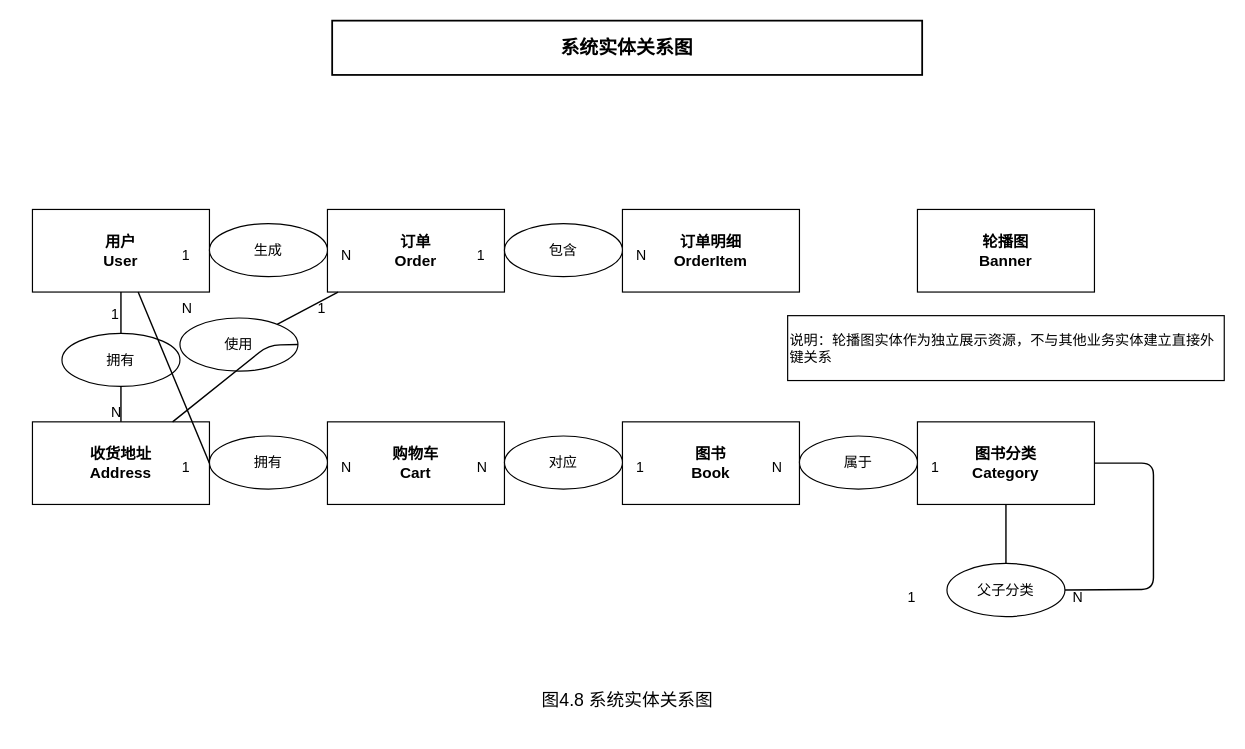
Earlier version of the draw.io diagram 图4.8系统实体关系图.drawio (wujiangcai/drawio). Source tidied: cells renumbered, new cells numbered last; positions are measured from the earlier drawing's top-left corner, leaving out a move shared by most shapes. Both pictures are drawn from the tidied source at 118%, with x=0, y=0 at pixel (32, 20).
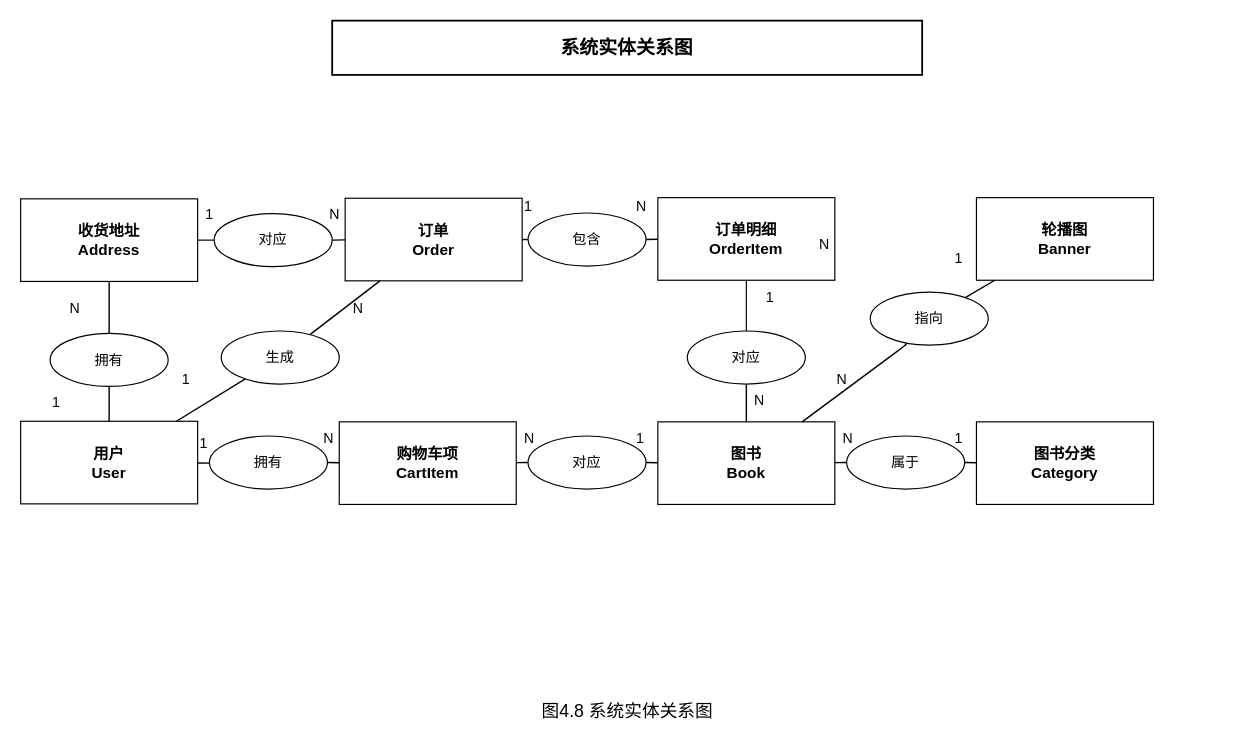
The same diagram, later.

Diff of the diagram source:
```diff
@@
     <mxCell id="3" value="用户&#10;User" style="shape=rectangle;whiteSpace=wrap;html=1;fillColor=#ffffff;strokeColor=#000000;fontSize=13;fontStyle=1;" parent="1" vertex="1">
-      <mxGeometry y="160" width="150" height="70" as="geometry" />
+      <mxGeometry x="-10" y="339.5" width="150" height="70" as="geometry" />
     </mxCell>
     <mxCell id="4" value="收货地址&#10;Address" style="shape=rectangle;whiteSpace=wrap;html=1;fillColor=#ffffff;strokeColor=#000000;fontSize=13;fontStyle=1;" parent="1" vertex="1">
-      <mxGeometry y="340" width="150" height="70" as="geometry" />
+      <mxGeometry x="-10" y="151" width="150" height="70" as="geometry" />
     </mxCell>
-    <mxCell id="5" value="购物车&#10;Cart" style="shape=rectangle;whiteSpace=wrap;html=1;fillColor=#ffffff;strokeColor=#000000;fontSize=13;fontStyle=1;" parent="1" vertex="1">
-      <mxGeometry x="250" y="340" width="150" height="70" as="geometry" />
-    </mxCell>
     <mxCell id="6" value="订单&#10;Order" style="shape=rectangle;whiteSpace=wrap;html=1;fillColor=#ffffff;strokeColor=#000000;fontSize=13;fontStyle=1;" parent="1" vertex="1">
-      <mxGeometry x="250" y="160" width="150" height="70" as="geometry" />
+      <mxGeometry x="265" y="150.5" width="150" height="70" as="geometry" />
     </mxCell>
+    <mxCell id="53" value="购物车项&#10;CartItem" style="shape=rectangle;whiteSpace=wrap;html=1;fillColor=#ffffff;strokeColor=#000000;fontSize=13;fontStyle=1;" parent="1" vertex="1">
+      <mxGeometry x="260" y="340" width="150" height="70" as="geometry" />
+    </mxCell>
     <mxCell id="7" value="订单明细&#10;OrderItem" style="shape=rectangle;whiteSpace=wrap;html=1;fillColor=#ffffff;strokeColor=#000000;fontSize=13;fontStyle=1;" parent="1" vertex="1">
-      <mxGeometry x="500" y="160" width="150" height="70" as="geometry" />
+      <mxGeometry x="530" y="150" width="150" height="70" as="geometry" />
     </mxCell>
     <mxCell id="8" value="图书&#10;Book" style="shape=rectangle;whiteSpace=wrap;html=1;fillColor=#ffffff;strokeColor=#000000;fontSize=13;fontStyle=1;" parent="1" vertex="1">
-      <mxGeometry x="500" y="340" width="150" height="70" as="geometry" />
+      <mxGeometry x="530" y="340" width="150" height="70" as="geometry" />
     </mxCell>
+    <mxCell id="10" value="轮播图&#10;Banner" style="shape=rectangle;whiteSpace=wrap;html=1;fillColor=#ffffff;strokeColor=#000000;fontSize=13;fontStyle=1;" parent="1" vertex="1">
+      <mxGeometry x="800" y="150" width="150" height="70" as="geometry" />
+    </mxCell>
     <mxCell id="9" value="图书分类&#10;Category" style="shape=rectangle;whiteSpace=wrap;html=1;fillColor=#ffffff;strokeColor=#000000;fontSize=13;fontStyle=1;" parent="1" vertex="1">
-      <mxGeometry x="750" y="340" width="150" height="70" as="geometry" />
+      <mxGeometry x="800" y="340" width="150" height="70" as="geometry" />
     </mxCell>
-    <mxCell id="10" value="轮播图&#10;Banner" style="shape=rectangle;whiteSpace=wrap;html=1;fillColor=#ffffff;strokeColor=#000000;fontSize=13;fontStyle=1;" parent="1" vertex="1">
-      <mxGeometry x="750" y="160" width="150" height="70" as="geometry" />
-    </mxCell>
     <mxCell id="11" value="拥有" style="ellipse;whiteSpace=wrap;html=1;fillColor=#ffffff;strokeColor=#000000;fontSize=12;" parent="1" vertex="1">
-      <mxGeometry x="25" y="265" width="100" height="45" as="geometry" />
+      <mxGeometry x="15" y="265" width="100" height="45" as="geometry" />
     </mxCell>
-    <mxCell id="12" value="拥有" style="ellipse;whiteSpace=wrap;html=1;fillColor=#ffffff;strokeColor=#000000;fontSize=12;" parent="1" vertex="1">
-      <mxGeometry x="150" y="352" width="100" height="45" as="geometry" />
+    <mxCell id="12" value="生成" style="ellipse;whiteSpace=wrap;html=1;fillColor=#ffffff;strokeColor=#000000;fontSize=12;" parent="1" vertex="1">
+      <mxGeometry x="160" y="263" width="100" height="45" as="geometry" />
     </mxCell>
-    <mxCell id="13" value="生成" style="ellipse;whiteSpace=wrap;html=1;fillColor=#ffffff;strokeColor=#000000;fontSize=12;" parent="1" vertex="1">
-      <mxGeometry x="150" y="172" width="100" height="45" as="geometry" />
+    <mxCell id="13" value="拥有" style="ellipse;whiteSpace=wrap;html=1;fillColor=#ffffff;strokeColor=#000000;fontSize=12;" parent="1" vertex="1">
+      <mxGeometry x="150" y="352" width="100" height="45" as="geometry" />
     </mxCell>
-    <mxCell id="14" value="包含" style="ellipse;whiteSpace=wrap;html=1;fillColor=#ffffff;strokeColor=#000000;fontSize=12;" parent="1" vertex="1">
-      <mxGeometry x="400" y="172" width="100" height="45" as="geometry" />
+    <mxCell id="14" value="对应" style="ellipse;whiteSpace=wrap;html=1;fillColor=#ffffff;strokeColor=#000000;fontSize=12;" parent="1" vertex="1">
+      <mxGeometry x="154" y="163.5" width="100" height="45" as="geometry" />
     </mxCell>
-    <mxCell id="15" value="对应" style="ellipse;whiteSpace=wrap;html=1;fillColor=#ffffff;strokeColor=#000000;fontSize=12;" parent="1" vertex="1">
-      <mxGeometry x="400" y="352" width="100" height="45" as="geometry" />
+    <mxCell id="15" value="包含" style="ellipse;whiteSpace=wrap;html=1;fillColor=#ffffff;strokeColor=#000000;fontSize=12;" parent="1" vertex="1">
+      <mxGeometry x="420" y="163" width="100" height="45" as="geometry" />
     </mxCell>
-    <mxCell id="16" value="属于" style="ellipse;whiteSpace=wrap;html=1;fillColor=#ffffff;strokeColor=#000000;fontSize=12;" parent="1" vertex="1">
-      <mxGeometry x="650" y="352" width="100" height="45" as="geometry" />
+    <mxCell id="16" value="对应" style="ellipse;whiteSpace=wrap;html=1;fillColor=#ffffff;strokeColor=#000000;fontSize=12;" parent="1" vertex="1">
+      <mxGeometry x="555" y="263" width="100" height="45" as="geometry" />
     </mxCell>
-    <mxCell id="17" value="使用" style="ellipse;whiteSpace=wrap;html=1;fillColor=#ffffff;strokeColor=#000000;fontSize=12;" parent="1" vertex="1">
-      <mxGeometry x="125" y="252" width="100" height="45" as="geometry" />
+    <mxCell id="17" value="对应" style="ellipse;whiteSpace=wrap;html=1;fillColor=#ffffff;strokeColor=#000000;fontSize=12;" parent="1" vertex="1">
+      <mxGeometry x="420" y="352" width="100" height="45" as="geometry" />
     </mxCell>
-    <mxCell id="18" value="父子分类" style="ellipse;whiteSpace=wrap;html=1;fillColor=#ffffff;strokeColor=#000000;fontSize=12;" parent="1" vertex="1">
-      <mxGeometry x="775" y="460" width="100" height="45" as="geometry" />
+    <mxCell id="18" value="属于" style="ellipse;whiteSpace=wrap;html=1;fillColor=#ffffff;strokeColor=#000000;fontSize=12;" parent="1" vertex="1">
+      <mxGeometry x="690" y="352" width="100" height="45" as="geometry" />
     </mxCell>
+    <mxCell id="54" value="指向" style="ellipse;whiteSpace=wrap;html=1;fillColor=#ffffff;strokeColor=#000000;fontSize=12;" parent="1" vertex="1">
+      <mxGeometry x="710" y="230" width="100" height="45" as="geometry" />
+    </mxCell>
     <mxCell id="19" value="1" style="text;html=1;strokeColor=none;fillColor=none;fontSize=12;" parent="1" vertex="1">
-      <mxGeometry x="65" y="235" width="20" height="20" as="geometry" />
+      <mxGeometry x="15" y="310" width="20" height="20" as="geometry" />
     </mxCell>
     <mxCell id="20" value="N" style="text;html=1;strokeColor=none;fillColor=none;fontSize=12;" parent="1" vertex="1">
-      <mxGeometry x="65" y="318" width="20" height="20" as="geometry" />
+      <mxGeometry x="30" y="230" width="20" height="20" as="geometry" />
     </mxCell>
     <mxCell id="21" value="1" style="text;html=1;strokeColor=none;fillColor=none;fontSize=12;" parent="1" vertex="1">
-      <mxGeometry x="125" y="365" width="20" height="20" as="geometry" />
+      <mxGeometry x="145" y="151" width="20" height="20" as="geometry" />
     </mxCell>
     <mxCell id="22" value="N" style="text;html=1;strokeColor=none;fillColor=none;fontSize=12;" parent="1" vertex="1">
-      <mxGeometry x="260" y="365" width="20" height="20" as="geometry" />
+      <mxGeometry x="250" y="151" width="20" height="20" as="geometry" />
     </mxCell>
     <mxCell id="23" value="1" style="text;html=1;strokeColor=none;fillColor=none;fontSize=12;" parent="1" vertex="1">
-      <mxGeometry x="125" y="185" width="20" height="20" as="geometry" />
+      <mxGeometry x="140" y="345" width="20" height="20" as="geometry" />
     </mxCell>
     <mxCell id="24" value="N" style="text;html=1;strokeColor=none;fillColor=none;fontSize=12;" parent="1" vertex="1">
-      <mxGeometry x="260" y="185" width="20" height="20" as="geometry" />
+      <mxGeometry x="245" y="339.5" width="20" height="20" as="geometry" />
     </mxCell>
     <mxCell id="25" value="1" style="text;html=1;strokeColor=none;fillColor=none;fontSize=12;" parent="1" vertex="1">
-      <mxGeometry x="375" y="185" width="20" height="20" as="geometry" />
+      <mxGeometry x="125" y="290" width="20" height="20" as="geometry" />
     </mxCell>
     <mxCell id="26" value="N" style="text;html=1;strokeColor=none;fillColor=none;fontSize=12;" parent="1" vertex="1">
-      <mxGeometry x="510" y="185" width="20" height="20" as="geometry" />
+      <mxGeometry x="270" y="230" width="20" height="20" as="geometry" />
     </mxCell>
-    <mxCell id="27" value="N" style="text;html=1;strokeColor=none;fillColor=none;fontSize=12;" parent="1" vertex="1">
-      <mxGeometry x="375" y="365" width="20" height="20" as="geometry" />
+    <mxCell id="27" value="1" style="text;html=1;strokeColor=none;fillColor=none;fontSize=12;" parent="1" vertex="1">
+      <mxGeometry x="415" y="143.5" width="20" height="20" as="geometry" />
     </mxCell>
-    <mxCell id="28" value="1" style="text;html=1;strokeColor=none;fillColor=none;fontSize=12;" parent="1" vertex="1">
-      <mxGeometry x="510" y="365" width="20" height="20" as="geometry" />
+    <mxCell id="28" value="N" style="text;html=1;strokeColor=none;fillColor=none;fontSize=12;" parent="1" vertex="1">
+      <mxGeometry x="510" y="143.5" width="20" height="20" as="geometry" />
     </mxCell>
     <mxCell id="29" value="N" style="text;html=1;strokeColor=none;fillColor=none;fontSize=12;" parent="1" vertex="1">
-      <mxGeometry x="625" y="365" width="20" height="20" as="geometry" />
+      <mxGeometry x="610" y="308" width="20" height="20" as="geometry" />
     </mxCell>
     <mxCell id="30" value="1" style="text;html=1;strokeColor=none;fillColor=none;fontSize=12;" parent="1" vertex="1">
-      <mxGeometry x="760" y="365" width="20" height="20" as="geometry" />
+      <mxGeometry x="620" y="221" width="20" height="20" as="geometry" />
     </mxCell>
     <mxCell id="31" value="N" style="text;html=1;strokeColor=none;fillColor=none;fontSize=12;" parent="1" vertex="1">
-      <mxGeometry x="125" y="230" width="20" height="20" as="geometry" />
+      <mxGeometry x="415" y="339.5" width="20" height="20" as="geometry" />
     </mxCell>
     <mxCell id="32" value="1" style="text;html=1;strokeColor=none;fillColor=none;fontSize=12;" parent="1" vertex="1">
-      <mxGeometry x="240" y="230" width="20" height="20" as="geometry" />
+      <mxGeometry x="510" y="339.5" width="20" height="20" as="geometry" />
     </mxCell>
-    <mxCell id="33" value="1" style="text;html=1;strokeColor=none;fillColor=none;fontSize=12;" parent="1" vertex="1">
-      <mxGeometry x="740" y="475" width="20" height="20" as="geometry" />
+    <mxCell id="33" value="N" style="text;html=1;strokeColor=none;fillColor=none;fontSize=12;" parent="1" vertex="1">
+      <mxGeometry x="685" y="339.5" width="20" height="20" as="geometry" />
     </mxCell>
-    <mxCell id="34" value="N" style="text;html=1;strokeColor=none;fillColor=none;fontSize=12;" parent="1" vertex="1">
-      <mxGeometry x="880" y="475" width="20" height="20" as="geometry" />
+    <mxCell id="34" value="1" style="text;html=1;strokeColor=none;fillColor=none;fontSize=12;" parent="1" vertex="1">
+      <mxGeometry x="780" y="340" width="20" height="20" as="geometry" />
     </mxCell>
+    <mxCell id="55" value="N" style="text;html=1;strokeColor=none;fillColor=none;fontSize=12;" parent="1" vertex="1">
+      <mxGeometry x="665" y="176" width="20" height="20" as="geometry" />
+    </mxCell>
+    <mxCell id="56" value="1" style="text;html=1;strokeColor=none;fillColor=none;fontSize=12;" parent="1" vertex="1">
+      <mxGeometry x="780" y="188" width="20" height="20" as="geometry" />
+    </mxCell>
@@
     <mxCell id="37" style="endArrow=none;strokeWidth=1.2;strokeColor=#000000;" parent="1" edge="1" source="3" target="12">
-      <mxGeometry relative="1" as="geometry">
-        <Array as="points">
-          <mxPoint x="150" y="375" />
-        </Array>
-      </mxGeometry>
+      <mxGeometry relative="1" as="geometry" />
     </mxCell>
-    <mxCell id="38" style="endArrow=none;strokeWidth=1.2;strokeColor=#000000;" parent="1" edge="1" source="12" target="5">
+    <mxCell id="38" style="endArrow=none;strokeWidth=1.2;strokeColor=#000000;" parent="1" edge="1" source="12" target="6">
       <mxGeometry relative="1" as="geometry" />
     </mxCell>
     <mxCell id="39" style="endArrow=none;strokeWidth=1.2;strokeColor=#000000;" parent="1" edge="1" source="3" target="13">
-      <mxGeometry relative="1" as="geometry" />
+      <mxGeometry relative="1" as="geometry">
+        <Array as="points">
+          <mxPoint x="150" y="375" />
+        </Array>
+      </mxGeometry>
     </mxCell>
-    <mxCell id="40" style="endArrow=none;strokeWidth=1.2;strokeColor=#000000;" parent="1" edge="1" source="13" target="6">
+    <mxCell id="40" style="endArrow=none;strokeWidth=1.2;strokeColor=#000000;" parent="1" edge="1" source="13" target="53">
       <mxGeometry relative="1" as="geometry" />
     </mxCell>
-    <mxCell id="41" style="endArrow=none;strokeWidth=1.2;strokeColor=#000000;" parent="1" edge="1" source="6" target="14">
-      <mxGeometry relative="1" as="geometry" />
-    </mxCell>
-    <mxCell id="42" style="endArrow=none;strokeWidth=1.2;strokeColor=#000000;" parent="1" edge="1" source="14" target="7">
+    <mxCell id="42" style="endArrow=none;strokeWidth=1.2;strokeColor=#000000;" parent="1" edge="1" source="14" target="6">
       <mxGeometry relative="1" as="geometry" />
     </mxCell>
-    <mxCell id="43" style="endArrow=none;strokeWidth=1.2;strokeColor=#000000;" parent="1" edge="1" source="5" target="15">
+    <mxCell id="43" style="endArrow=none;strokeWidth=1.2;strokeColor=#000000;" parent="1" edge="1" source="6" target="15">
       <mxGeometry relative="1" as="geometry" />
     </mxCell>
-    <mxCell id="44" style="endArrow=none;strokeWidth=1.2;strokeColor=#000000;" parent="1" edge="1" source="15" target="8">
+    <mxCell id="44" style="endArrow=none;strokeWidth=1.2;strokeColor=#000000;" parent="1" edge="1" source="15" target="7">
       <mxGeometry relative="1" as="geometry" />
     </mxCell>
-    <mxCell id="45" style="endArrow=none;strokeWidth=1.2;strokeColor=#000000;" parent="1" edge="1" source="8" target="16">
-      <mxGeometry relative="1" as="geometry" />
-    </mxCell>
-    <mxCell id="46" style="endArrow=none;strokeWidth=1.2;strokeColor=#000000;" parent="1" edge="1" source="16" target="9">
+    <mxCell id="46" style="endArrow=none;strokeWidth=1.2;strokeColor=#000000;" parent="1" edge="1" source="16" target="8">
       <mxGeometry relative="1" as="geometry" />
     </mxCell>
-    <mxCell id="47" style="endArrow=none;strokeWidth=1.2;strokeColor=#000000;" parent="1" edge="1" source="4" target="17">
-      <mxGeometry relative="1" as="geometry">
-        <Array as="points">
-          <mxPoint x="200" y="275" />
-        </Array>
-      </mxGeometry>
+    <mxCell id="47" style="endArrow=none;strokeWidth=1.2;strokeColor=#000000;" parent="1" edge="1" source="53" target="17">
+      <mxGeometry relative="1" as="geometry" />
     </mxCell>
-    <mxCell id="48" style="endArrow=none;strokeWidth=1.2;strokeColor=#000000;" parent="1" edge="1" source="17" target="6">
+    <mxCell id="48" style="endArrow=none;strokeWidth=1.2;strokeColor=#000000;" parent="1" edge="1" source="17" target="8">
       <mxGeometry relative="1" as="geometry" />
     </mxCell>
-    <mxCell id="49" style="endArrow=none;strokeWidth=1.2;strokeColor=#000000;" parent="1" edge="1" source="9" target="18">
+    <mxCell id="49" style="endArrow=none;strokeWidth=1.2;strokeColor=#000000;" parent="1" edge="1" source="8" target="18">
       <mxGeometry relative="1" as="geometry" />
     </mxCell>
     <mxCell id="50" style="endArrow=none;strokeWidth=1.2;strokeColor=#000000;" parent="1" edge="1" source="18" target="9">
-      <mxGeometry relative="1" as="geometry">
-        <Array as="points">
-          <mxPoint x="950" y="482" />
-          <mxPoint x="950" y="375" />
-          <mxPoint x="900" y="375" />
-        </Array>
-      </mxGeometry>
+      <mxGeometry relative="1" as="geometry" />
     </mxCell>
-    <mxCell id="51" value="说明：轮播图实体作为独立展示资源，不与其他业务实体建立直接外键关系" style="rounded=0;whiteSpace=wrap;html=1;fillColor=#ffffff;strokeColor=#000000;fontSize=12;align=left;verticalAlign=middle;" parent="1" vertex="1">
-      <mxGeometry x="640" y="250" width="370" height="55" as="geometry" />
-    </mxCell>
+    <mxCell id="57" style="endArrow=none;strokeWidth=1.2;strokeColor=#000000;" parent="1" edge="1" source="10" target="54">
+      <mxGeometry relative="1" as="geometry" />
+    </mxCell>
+    <mxCell id="58" style="endArrow=none;strokeWidth=1.2;strokeColor=#000000;" parent="1" edge="1" source="54" target="8">
+      <mxGeometry relative="1" as="geometry">
+        <Array as="points">
+          <mxPoint x="740" y="275" />
+        </Array>
+      </mxGeometry>
+    </mxCell>
     <mxCell id="52" value="图4.8 系统实体关系图" style="text;html=1;strokeColor=none;fillColor=none;align=center;verticalAlign=middle;fontSize=15;" parent="1" vertex="1">
-      <mxGeometry x="254" y="560" width="500" height="30" as="geometry" />
+      <mxGeometry x="254" y="570" width="500" height="30" as="geometry" />
     </mxCell>
+    <mxCell id="59" style="endArrow=none;html=1;rounded=0;exitX=1;exitY=0.5;exitDx=0;exitDy=0;entryX=0;entryY=0.5;entryDx=0;entryDy=0;" parent="1" edge="1" source="4" target="14">
+      <mxGeometry relative="1" as="geometry" />
+    </mxCell>
+    <mxCell id="60" style="endArrow=none;html=1;rounded=0;entryX=0.5;entryY=1;entryDx=0;entryDy=0;exitX=0.5;exitY=0;exitDx=0;exitDy=0;" parent="1" edge="1" source="16" target="7">
+      <mxGeometry relative="1" as="geometry" />
+    </mxCell>
+    <mxCell id="61" value="N" style="text;html=1;strokeColor=none;fillColor=none;fontSize=12;" parent="1" vertex="1">
+      <mxGeometry x="680" y="290" width="20" height="20" as="geometry" />
+    </mxCell>
```
